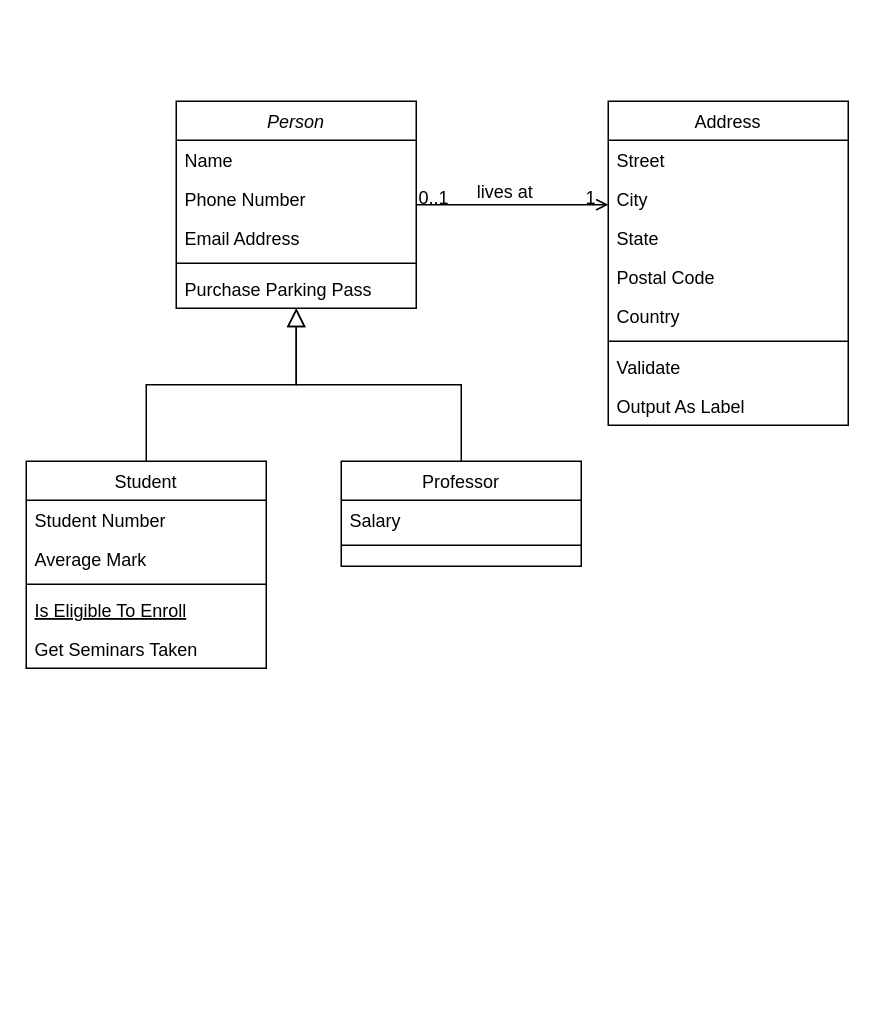
The draw.io diagram classdiagramm.drawio in stefBean/UE, before the edit. Source tidied: cells renumbered, new cells numbered last; positions are measured from the earlier drawing's top-left corner, leaving out a move shared by most shapes. Both pictures are drawn from the tidied source at 150%, with x=0, y=0 at pixel (26, 100).
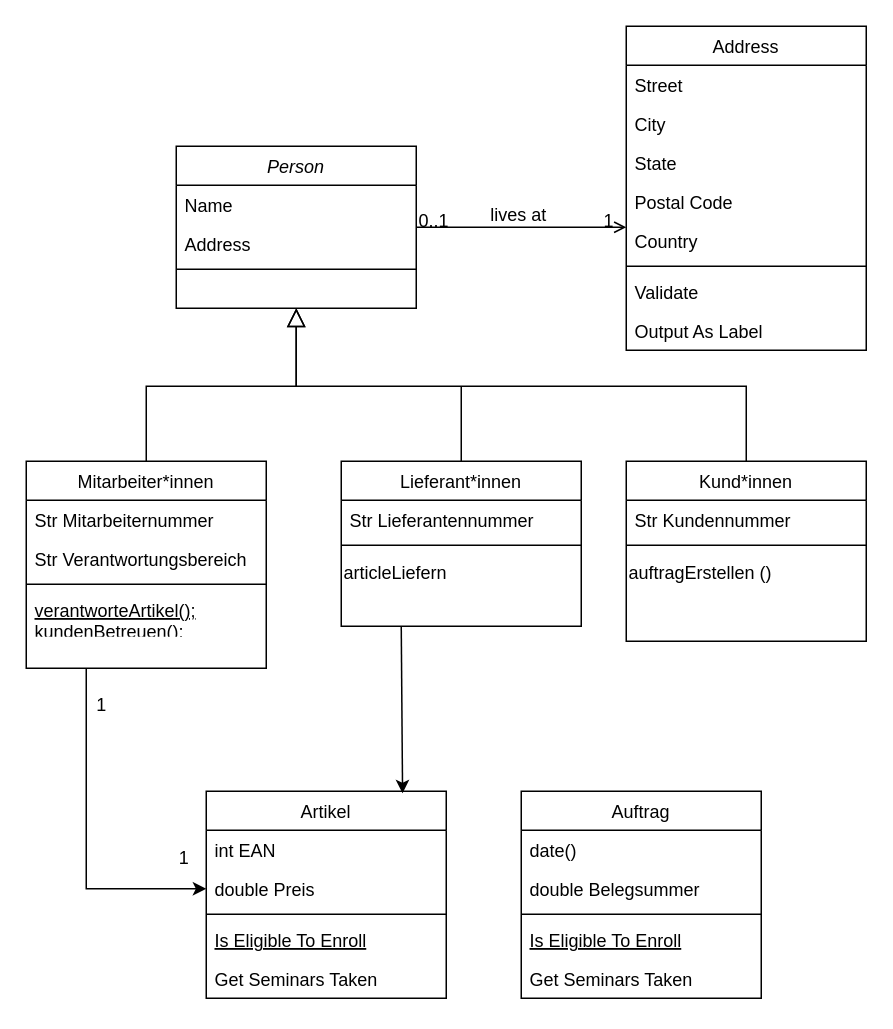
After the change.

The edit, as a diff of the source:
```diff
@@
     <mxCell id="2" value="Person" style="swimlane;fontStyle=2;align=center;verticalAlign=top;horizontal=1;startSize=26;rounded=0;shadow=0;strokeWidth=1;" parent="1" vertex="1">
-      <mxGeometry x="100" width="160" height="138" as="geometry" />
+      <mxGeometry x="100" y="30" width="160" height="108" as="geometry" />
     </mxCell>
@@
-    <mxCell id="4" value="Phone Number" style="text;align=left;verticalAlign=top;spacingLeft=4;spacingRight=4;overflow=hidden;rounded=0;shadow=0;html=0;" parent="2" vertex="1">
+    <mxCell id="4" value="Address" style="text;align=left;verticalAlign=top;spacingLeft=4;spacingRight=4;overflow=hidden;rounded=0;shadow=0;html=0;" parent="2" vertex="1">
       <mxGeometry y="52" width="160" height="26" as="geometry" />
     </mxCell>
-    <mxCell id="5" value="Email Address" style="text;align=left;verticalAlign=top;spacingLeft=4;spacingRight=4;overflow=hidden;rounded=0;shadow=0;html=0;" parent="2" vertex="1">
-      <mxGeometry y="78" width="160" height="26" as="geometry" />
-    </mxCell>
     <mxCell id="6" style="line;html=1;strokeWidth=1;align=left;verticalAlign=middle;spacingTop=-1;spacingLeft=3;spacingRight=3;labelPosition=right;" parent="2" vertex="1">
-      <mxGeometry y="104" width="160" height="8" as="geometry" />
+      <mxGeometry y="78" width="160" height="8" as="geometry" />
     </mxCell>
-    <mxCell id="7" value="Purchase Parking Pass" style="text;align=left;verticalAlign=top;spacingLeft=4;spacingRight=4;overflow=hidden;" parent="2" vertex="1">
-      <mxGeometry y="112" width="160" height="26" as="geometry" />
-    </mxCell>
-    <mxCell id="8" value="Student" style="swimlane;fontStyle=0;align=center;verticalAlign=top;horizontal=1;startSize=26;rounded=0;shadow=0;strokeWidth=1;" parent="1" vertex="1">
+    <mxCell id="8" value="Mitarbeiter*innen" style="swimlane;fontStyle=0;align=center;verticalAlign=top;horizontal=1;startSize=26;rounded=0;shadow=0;strokeWidth=1;" parent="1" vertex="1">
       <mxGeometry y="240" width="160" height="138" as="geometry" />
     </mxCell>
-    <mxCell id="9" value="Student Number" style="text;align=left;verticalAlign=top;spacingLeft=4;spacingRight=4;overflow=hidden;" parent="8" vertex="1">
+    <mxCell id="9" value="Str Mitarbeiternummer" style="text;align=left;verticalAlign=top;spacingLeft=4;spacingRight=4;overflow=hidden;" parent="8" vertex="1">
       <mxGeometry y="26" width="160" height="26" as="geometry" />
     </mxCell>
-    <mxCell id="10" value="Average Mark" style="text;align=left;verticalAlign=top;spacingLeft=4;spacingRight=4;overflow=hidden;rounded=0;shadow=0;html=0;" parent="8" vertex="1">
+    <mxCell id="10" value="Str Verantwortungsbereich" style="text;align=left;verticalAlign=top;spacingLeft=4;spacingRight=4;overflow=hidden;rounded=0;shadow=0;html=0;" parent="8" vertex="1">
       <mxGeometry y="52" width="160" height="26" as="geometry" />
     </mxCell>
@@
-    <mxCell id="12" value="Is Eligible To Enroll" style="text;align=left;verticalAlign=top;spacingLeft=4;spacingRight=4;overflow=hidden;fontStyle=4;" parent="8" vertex="1">
+    <mxCell id="12" value="verantworteArtikel();&#10;kundenBetreuen();" style="text;align=left;verticalAlign=top;spacingLeft=4;spacingRight=4;overflow=hidden;fontStyle=4;" parent="8" vertex="1">
       <mxGeometry y="86" width="160" height="26" as="geometry" />
     </mxCell>
-    <mxCell id="13" value="Get Seminars Taken" style="text;align=left;verticalAlign=top;spacingLeft=4;spacingRight=4;overflow=hidden;" parent="8" vertex="1">
-      <mxGeometry y="112" width="160" height="26" as="geometry" />
-    </mxCell>
     <mxCell id="14" style="endArrow=block;endSize=10;endFill=0;shadow=0;strokeWidth=1;rounded=0;curved=0;edgeStyle=elbowEdgeStyle;elbow=vertical;" parent="1" edge="1" source="8" target="2">
-      <mxGeometry relative="1" as="geometry" />
+      <mxGeometry relative="1" as="geometry">
+        <Array as="points">
+          <mxPoint x="180" y="190" />
+        </Array>
+      </mxGeometry>
     </mxCell>
-    <mxCell id="15" value="Professor" style="swimlane;fontStyle=0;align=center;verticalAlign=top;horizontal=1;startSize=26;rounded=0;shadow=0;strokeWidth=1;" parent="1" vertex="1">
-      <mxGeometry x="210" y="240" width="160" height="70" as="geometry" />
+    <mxCell id="15" value="Lieferant*innen" style="swimlane;fontStyle=0;align=center;verticalAlign=top;horizontal=1;startSize=26;rounded=0;shadow=0;strokeWidth=1;" parent="1" vertex="1">
+      <mxGeometry x="210" y="240" width="160" height="110" as="geometry" />
     </mxCell>
-    <mxCell id="16" value="Salary" style="text;align=left;verticalAlign=top;spacingLeft=4;spacingRight=4;overflow=hidden;" parent="15" vertex="1">
+    <mxCell id="16" value="Str Lieferantennummer" style="text;align=left;verticalAlign=top;spacingLeft=4;spacingRight=4;overflow=hidden;" parent="15" vertex="1">
       <mxGeometry y="26" width="160" height="26" as="geometry" />
     </mxCell>
@@
+    <mxCell id="32" value="articleLiefern" style="text;html=1;align=left;verticalAlign=middle;strokeColor=none;fillColor=none;" parent="15" vertex="1">
+      <mxGeometry y="60" width="160" height="30" as="geometry" />
+    </mxCell>
-    <mxCell id="18" style="endArrow=block;endSize=10;endFill=0;shadow=0;strokeWidth=1;rounded=0;curved=0;edgeStyle=elbowEdgeStyle;elbow=vertical;" parent="1" edge="1" source="15" target="2">
-      <mxGeometry relative="1" as="geometry" />
+    <mxCell id="18" style="endArrow=block;endSize=10;endFill=0;shadow=0;strokeWidth=1;rounded=0;curved=0;edgeStyle=elbowEdgeStyle;elbow=vertical;exitX=0.5;exitY=0;exitDx=0;exitDy=0;" parent="1" edge="1" source="33">
+      <mxGeometry relative="1" as="geometry">
+        <mxPoint x="180" y="138" as="targetPoint" />
+        <Array as="points">
+          <mxPoint x="320" y="190" />
+        </Array>
+      </mxGeometry>
     </mxCell>
     <mxCell id="19" value="Address" style="swimlane;fontStyle=0;align=center;verticalAlign=top;horizontal=1;startSize=26;rounded=0;shadow=0;strokeWidth=1;" parent="1" vertex="1">
-      <mxGeometry x="388" width="160" height="216" as="geometry" />
+      <mxGeometry x="400" y="-50" width="160" height="216" as="geometry" />
     </mxCell>
@@
+    <mxCell id="33" value="Kund*innen" style="swimlane;fontStyle=0;align=center;verticalAlign=top;horizontal=1;startSize=26;rounded=0;shadow=0;strokeWidth=1;" parent="1" vertex="1">
+      <mxGeometry x="400" y="240" width="160" height="120" as="geometry" />
+    </mxCell>
+    <mxCell id="34" value="Str Kundennummer" style="text;align=left;verticalAlign=top;spacingLeft=4;spacingRight=4;overflow=hidden;" parent="33" vertex="1">
+      <mxGeometry y="26" width="160" height="26" as="geometry" />
+    </mxCell>
+    <mxCell id="35" style="line;html=1;strokeWidth=1;align=left;verticalAlign=middle;spacingTop=-1;spacingLeft=3;spacingRight=3;labelPosition=right;" parent="33" vertex="1">
+      <mxGeometry y="52" width="160" height="8" as="geometry" />
+    </mxCell>
+    <mxCell id="36" value="auftragErstellen ()" style="text;html=1;align=left;verticalAlign=middle;strokeColor=none;fillColor=none;" parent="33" vertex="1">
+      <mxGeometry y="60" width="160" height="30" as="geometry" />
+    </mxCell>
+    <mxCell id="37" value="Artikel" style="swimlane;fontStyle=0;align=center;verticalAlign=top;horizontal=1;startSize=26;rounded=0;shadow=0;strokeWidth=1;" parent="1" vertex="1">
+      <mxGeometry x="120" y="460" width="160" height="138" as="geometry" />
+    </mxCell>
+    <mxCell id="38" value="int EAN" style="text;align=left;verticalAlign=top;spacingLeft=4;spacingRight=4;overflow=hidden;" parent="37" vertex="1">
+      <mxGeometry y="26" width="160" height="26" as="geometry" />
+    </mxCell>
+    <mxCell id="39" value="double Preis" style="text;align=left;verticalAlign=top;spacingLeft=4;spacingRight=4;overflow=hidden;points=[[0,0.5],[1,0.5]];portConstraint=eastwest;rounded=0;shadow=0;html=0;" parent="37" vertex="1">
+      <mxGeometry y="52" width="160" height="26" as="geometry" />
+    </mxCell>
+    <mxCell id="40" style="line;html=1;strokeWidth=1;align=left;verticalAlign=middle;spacingTop=-1;spacingLeft=3;spacingRight=3;labelPosition=right;" parent="37" vertex="1">
+      <mxGeometry y="78" width="160" height="8" as="geometry" />
+    </mxCell>
+    <mxCell id="41" value="Is Eligible To Enroll" style="text;align=left;verticalAlign=top;spacingLeft=4;spacingRight=4;overflow=hidden;fontStyle=4;" parent="37" vertex="1">
+      <mxGeometry y="86" width="160" height="26" as="geometry" />
+    </mxCell>
+    <mxCell id="42" value="Get Seminars Taken" style="text;align=left;verticalAlign=top;spacingLeft=4;spacingRight=4;overflow=hidden;" parent="37" vertex="1">
+      <mxGeometry y="112" width="160" height="26" as="geometry" />
+    </mxCell>
+    <mxCell id="43" value="Auftrag" style="swimlane;fontStyle=0;align=center;verticalAlign=top;horizontal=1;startSize=26;rounded=0;shadow=0;strokeWidth=1;" parent="1" vertex="1">
+      <mxGeometry x="330" y="460" width="160" height="138" as="geometry" />
+    </mxCell>
+    <mxCell id="44" value="date()&#10;" style="text;align=left;verticalAlign=top;spacingLeft=4;spacingRight=4;overflow=hidden;" parent="43" vertex="1">
+      <mxGeometry y="26" width="160" height="26" as="geometry" />
+    </mxCell>
+    <mxCell id="45" value="double Belegsummer" style="text;align=left;verticalAlign=top;spacingLeft=4;spacingRight=4;overflow=hidden;rounded=0;shadow=0;html=0;" parent="43" vertex="1">
+      <mxGeometry y="52" width="160" height="26" as="geometry" />
+    </mxCell>
+    <mxCell id="46" style="line;html=1;strokeWidth=1;align=left;verticalAlign=middle;spacingTop=-1;spacingLeft=3;spacingRight=3;labelPosition=right;" parent="43" vertex="1">
+      <mxGeometry y="78" width="160" height="8" as="geometry" />
+    </mxCell>
+    <mxCell id="47" value="Is Eligible To Enroll" style="text;align=left;verticalAlign=top;spacingLeft=4;spacingRight=4;overflow=hidden;fontStyle=4;" parent="43" vertex="1">
+      <mxGeometry y="86" width="160" height="26" as="geometry" />
+    </mxCell>
+    <mxCell id="48" value="Get Seminars Taken" style="text;align=left;verticalAlign=top;spacingLeft=4;spacingRight=4;overflow=hidden;" parent="43" vertex="1">
+      <mxGeometry y="112" width="160" height="26" as="geometry" />
+    </mxCell>
+    <mxCell id="49" style="endArrow=none;html=1;rounded=0;entryX=0.5;entryY=0;entryDx=0;entryDy=0;" parent="1" edge="1" target="15">
+      <mxGeometry relative="1" as="geometry">
+        <mxPoint x="290" y="190" as="sourcePoint" />
+      </mxGeometry>
+    </mxCell>
+    <mxCell id="50" style="endArrow=classic;html=1;rounded=0;exitX=0.25;exitY=1;exitDx=0;exitDy=0;entryX=0.818;entryY=0.01;entryDx=0;entryDy=0;entryPerimeter=0;" parent="1" edge="1" source="15" target="37">
+      <mxGeometry relative="1" as="geometry" />
+    </mxCell>
+    <mxCell id="51" style="endArrow=classic;html=1;rounded=0;exitX=0.25;exitY=1;exitDx=0;exitDy=0;entryX=0;entryY=0.5;entryDx=0;entryDy=0;" parent="1" edge="1" source="8" target="39">
+      <mxGeometry relative="1" as="geometry">
+        <Array as="points">
+          <mxPoint x="40" y="525" />
+        </Array>
+      </mxGeometry>
+    </mxCell>
+    <mxCell id="52" value="1" style="text;html=1;align=center;verticalAlign=middle;strokeColor=none;fillColor=none;" parent="1" vertex="1">
+      <mxGeometry x="35" y="388" width="30" height="30" as="geometry" />
+    </mxCell>
+    <mxCell id="53" value="1" style="text;html=1;align=center;verticalAlign=middle;strokeColor=none;fillColor=none;" parent="1" vertex="1">
+      <mxGeometry x="90" y="490" width="30" height="30" as="geometry" />
+    </mxCell>
```
